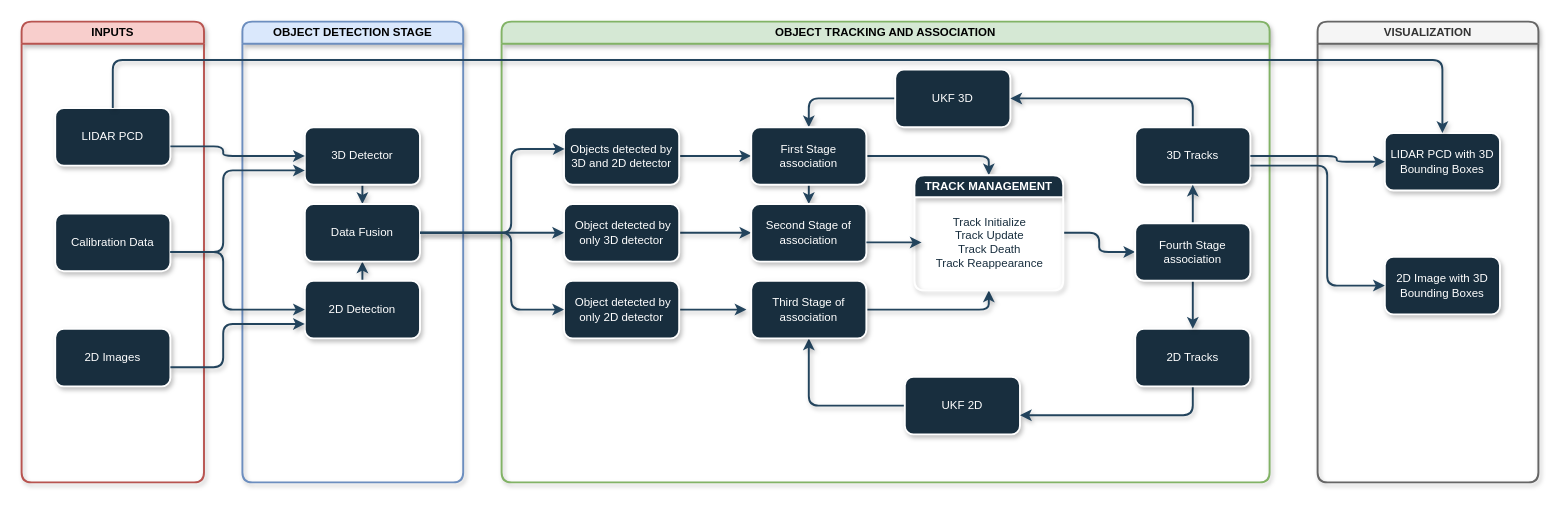
Above: Untitled Diagram.drawio in srinuSDV/jenkinsdemo (draw.io), before the change. Source tidied: cells renumbered, new cells numbered last; positions are measured from the earlier drawing's top-left corner, leaving out a move shared by most shapes. Both pictures are drawn from the tidied source at 96%, with x=0, y=0 at pixel (21, 21).
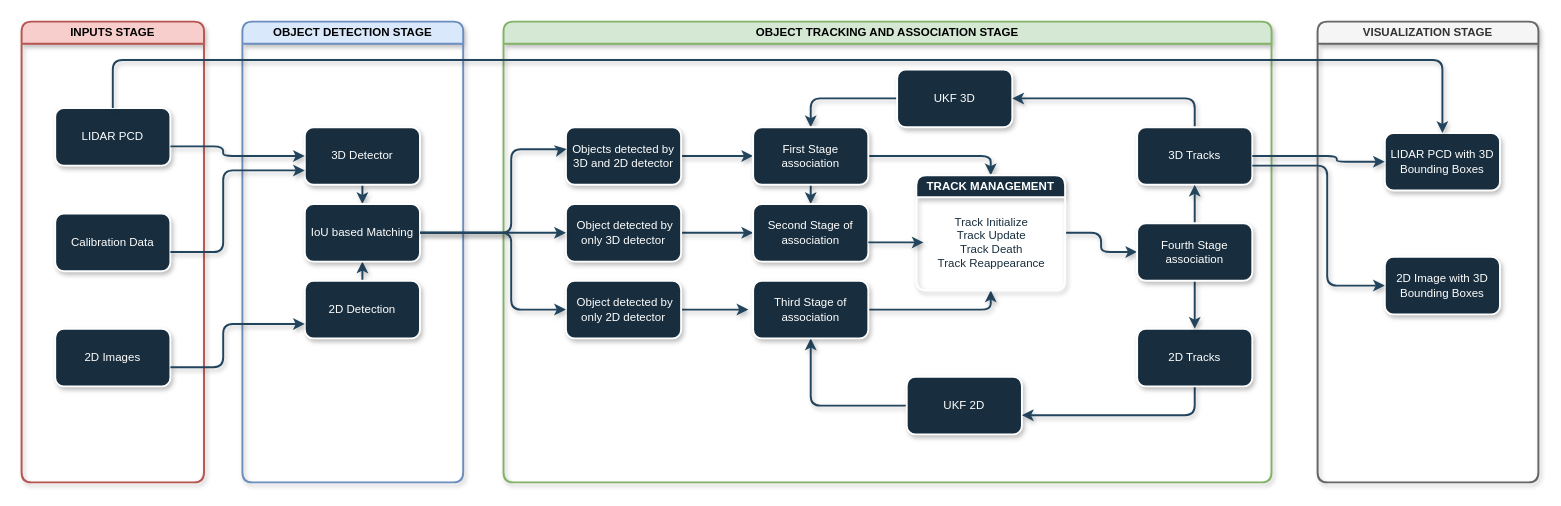
Above is the later version.

The change refers to these unchanged cells:
```xml
<mxCell id="5" value="Calibration Data" style="rounded=1;whiteSpace=wrap;html=1;labelBackgroundColor=none;strokeWidth=2;shadow=1;fillColor=#182E3E;strokeColor=#FFFFFF;fontColor=#FFFFFF;" parent="2" vertex="1">
  <mxGeometry x="35" y="200" width="120" height="60" as="geometry" />
</mxCell>
<mxCell id="6" value="OBJECT DETECTION STAGE" style="swimlane;whiteSpace=wrap;html=1;labelBackgroundColor=none;rounded=1;strokeWidth=2;shadow=1;fillColor=#dae8fc;strokeColor=#6c8ebf;" parent="1" vertex="1">
  <mxGeometry x="230" width="230" height="480" as="geometry" />
</mxCell>
<mxCell id="10" value="2D Detection" style="rounded=1;whiteSpace=wrap;html=1;labelBackgroundColor=none;strokeWidth=2;shadow=1;fillColor=#182E3E;strokeColor=#FFFFFF;fontColor=#FFFFFF;" parent="6" vertex="1">
  <mxGeometry x="65" y="270" width="120" height="60" as="geometry" />
</mxCell>
```

Diff of the diagram source:
```diff
@@
-    <mxCell id="2" value="INPUTS" style="swimlane;whiteSpace=wrap;html=1;labelBackgroundColor=none;rounded=1;strokeWidth=2;shadow=1;fillColor=#f8cecc;strokeColor=#b85450;" parent="1" vertex="1">
+    <mxCell id="2" value="INPUTS STAGE" style="swimlane;whiteSpace=wrap;html=1;labelBackgroundColor=none;rounded=1;strokeWidth=2;shadow=1;fillColor=#f8cecc;strokeColor=#b85450;" parent="1" vertex="1">
       <mxGeometry width="190" height="480" as="geometry" />
     </mxCell>
@@
-    <mxCell id="11" value="Data Fusion" style="rounded=1;whiteSpace=wrap;html=1;labelBackgroundColor=none;strokeWidth=2;shadow=1;fillColor=#182E3E;strokeColor=#FFFFFF;fontColor=#FFFFFF;" parent="6" vertex="1">
+    <mxCell id="11" value="IoU based Matching" style="rounded=1;whiteSpace=wrap;html=1;labelBackgroundColor=none;strokeWidth=2;shadow=1;fillColor=#182E3E;strokeColor=#FFFFFF;fontColor=#FFFFFF;" parent="6" vertex="1">
       <mxGeometry x="65" y="190" width="120" height="60" as="geometry" />
     </mxCell>
@@
-    <mxCell id="14" style="edgeStyle=orthogonalEdgeStyle;rounded=1;jettySize=auto;html=1;entryX=0;entryY=0.5;entryDx=0;entryDy=0;labelBackgroundColor=none;fontColor=default;strokeWidth=2;shadow=1;strokeColor=#23445D;" parent="1" edge="1" source="5" target="10">
-      <mxGeometry relative="1" as="geometry">
-        <Array as="points">
-          <mxPoint x="210" y="240" />
-          <mxPoint x="210" y="300" />
-        </Array>
-      </mxGeometry>
-    </mxCell>
@@
-    <mxCell id="16" value="OBJECT TRACKING AND ASSOCIATION" style="swimlane;whiteSpace=wrap;html=1;labelBackgroundColor=none;rounded=1;strokeWidth=2;shadow=1;fillColor=#d5e8d4;strokeColor=#82b366;" parent="1" vertex="1">
-      <mxGeometry x="500" width="800" height="480" as="geometry" />
+    <mxCell id="16" value="OBJECT TRACKING AND ASSOCIATION STAGE" style="swimlane;whiteSpace=wrap;html=1;labelBackgroundColor=none;rounded=1;strokeWidth=2;shadow=1;fillColor=#d5e8d4;strokeColor=#82b366;" parent="1" vertex="1">
+      <mxGeometry x="502" width="800" height="480" as="geometry" />
     </mxCell>
@@
-    <mxCell id="47" value="VISUALIZATION" style="swimlane;whiteSpace=wrap;html=1;labelBackgroundColor=none;rounded=1;strokeWidth=2;shadow=1;fillColor=#f5f5f5;strokeColor=#666666;fontColor=#333333;" parent="1" vertex="1">
+    <mxCell id="47" value="VISUALIZATION STAGE" style="swimlane;whiteSpace=wrap;html=1;labelBackgroundColor=none;rounded=1;strokeWidth=2;shadow=1;fillColor=#f5f5f5;strokeColor=#666666;fontColor=#333333;" parent="1" vertex="1">
       <mxGeometry x="1350" width="230" height="480" as="geometry" />
     </mxCell>
```
